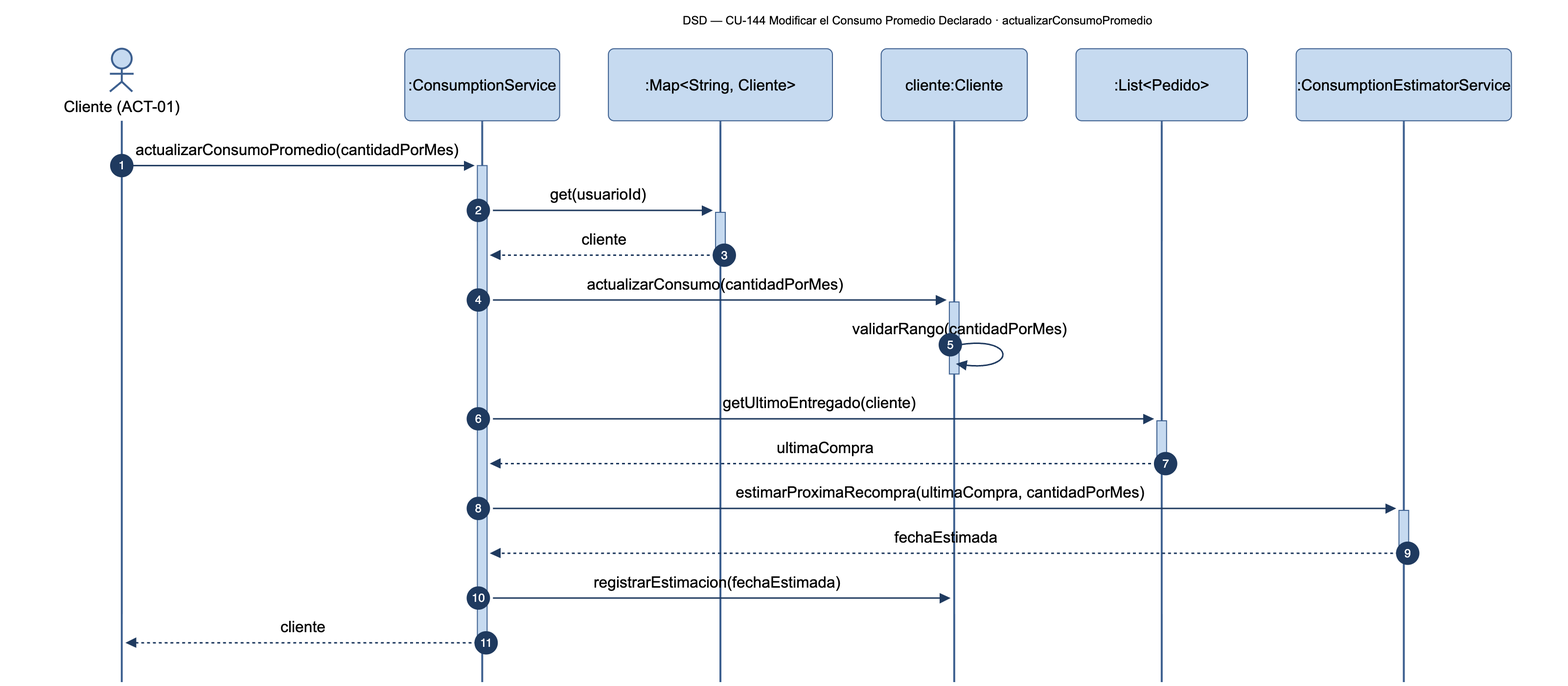
The Mermaid diagram diagramas/png/DSD_CU-144_actualizarConsumoPromedio.png in Nahuelito-Dev/splg-docs, before a commit. Its source is kept beside it as diagramas/DSD_CU-144_actualizarConsumoPromedio.mmd.
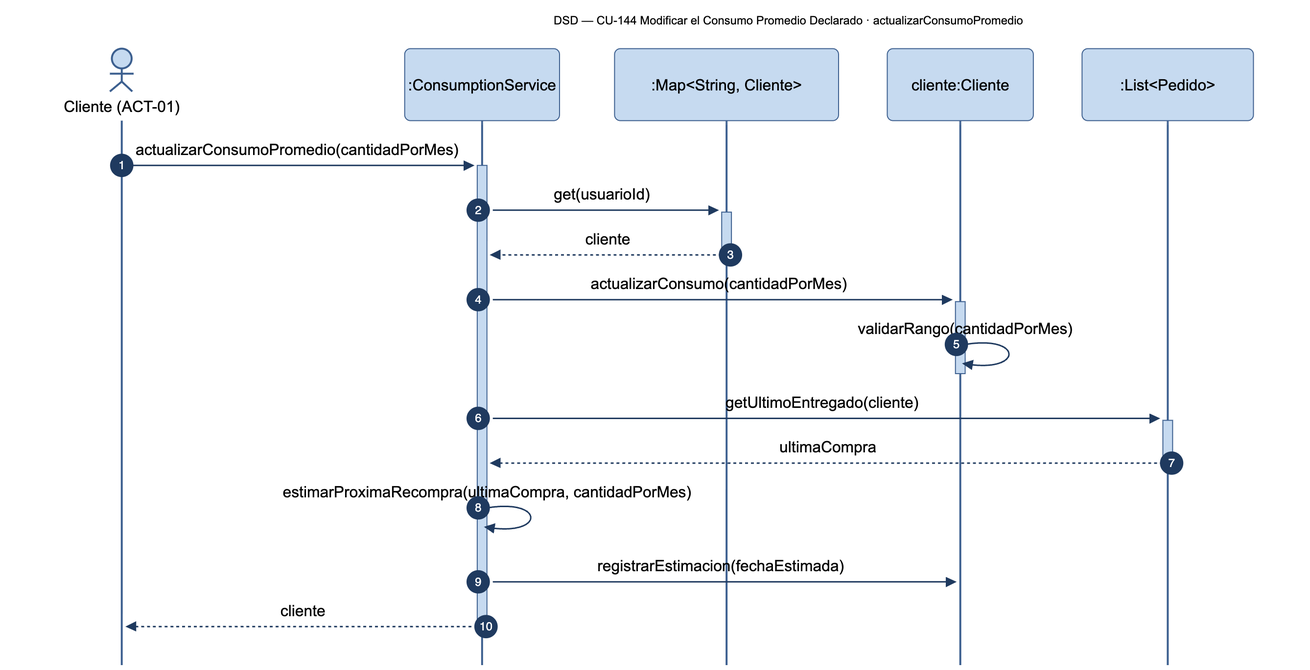
The same diagram one commit later.

Change to the diagram source:
```diff
@@ -6,7 +6,6 @@
     participant COL as :Map#lt;String, Cliente#gt;
     participant CLE as cliente:Cliente
     participant PEDS as :List#lt;Pedido#gt;
-    participant EST as :ConsumptionEstimatorService
 
     CLI->>+CON: actualizarConsumoPromedio(cantidadPorMes)
     CON->>+COL: get(usuarioId)
@@ -16,7 +15,6 @@
     deactivate CLE
     CON->>+PEDS: getUltimoEntregado(cliente)
     PEDS-->>-CON: ultimaCompra
-    CON->>+EST: estimarProximaRecompra(ultimaCompra, cantidadPorMes)
-    EST-->>-CON: fechaEstimada
+    CON->>CON: estimarProximaRecompra(ultimaCompra, cantidadPorMes)
     CON->>CLE: registrarEstimacion(fechaEstimada)
     CON-->>-CLI: cliente
```
